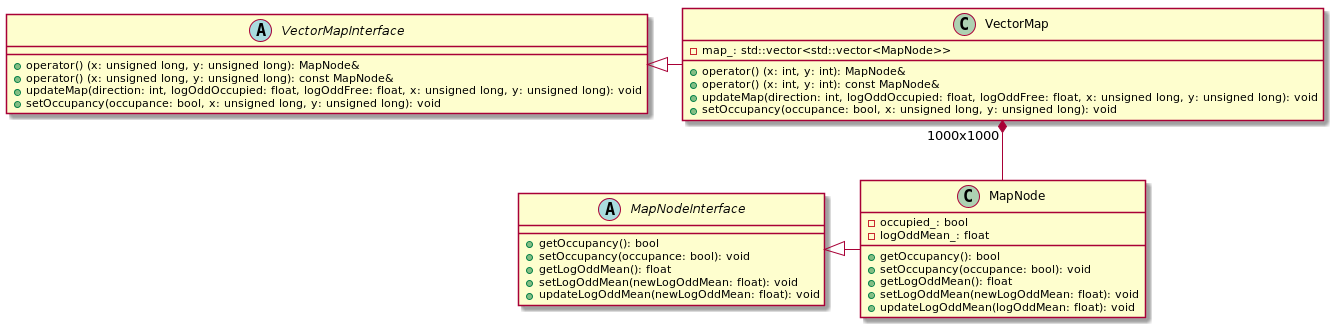
Earlier version of the PlantUML export OccupancyGridMappingUML.png (BryanDedeur/robot-navigation-project).
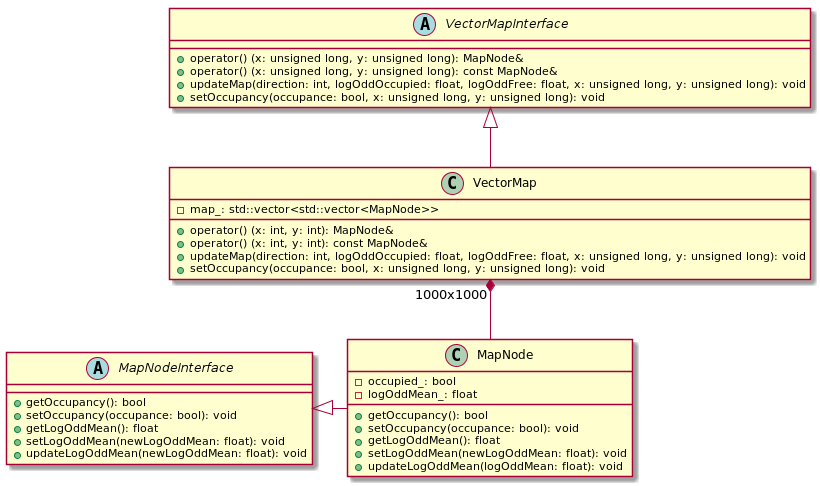
Later version of the same file.

The edit, as a diff of the source:
```diff
@@ -6,7 +6,7 @@
 class MapNode
 
 MapNodeInterface <|- MapNode
-VectorMapInterface <|- VectorMap
+VectorMapInterface <|-- VectorMap
 VectorMap "1000x1000" *-- MapNode
 
 abstract class MapNodeInterface{
```
